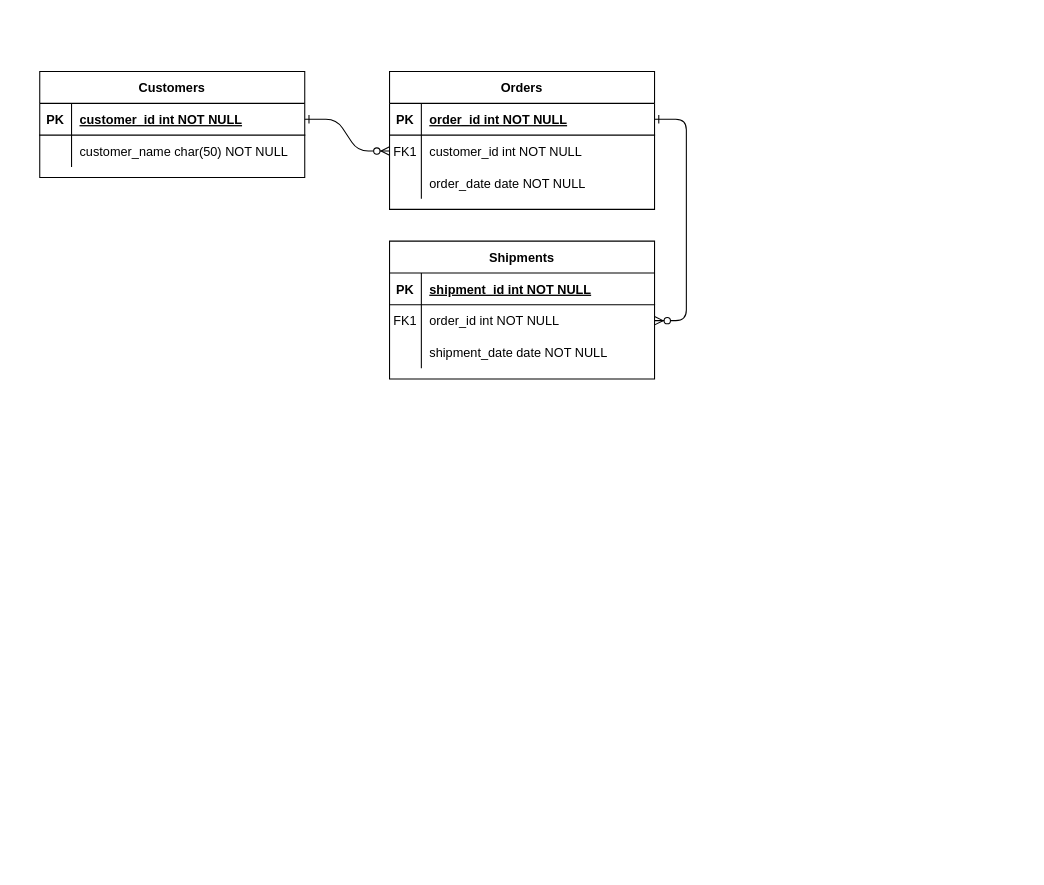
Eebru-gzy/Draw.io-repo keeps this draw.io diagram as Untitled Diagram.drawio. Above is the earlier version. Source tidied: cells renumbered, new cells numbered last; positions are measured from the earlier drawing's top-left corner, leaving out a move shared by most shapes. Both pictures are drawn from the tidied source at 106%, with x=0, y=0 at pixel (39, 71).
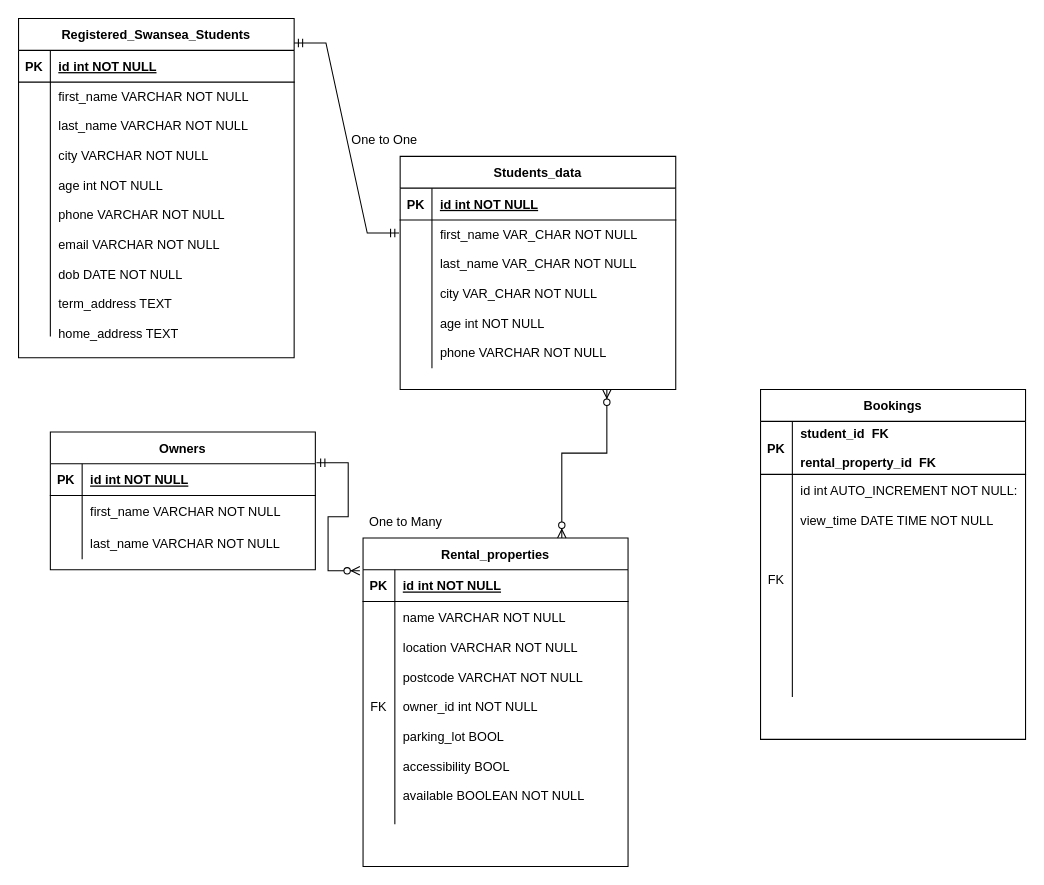
After the change.

Unchanged cells that the change refers to:
```xml
<mxCell id="5" style="shape=partialRectangle;fillColor=none;points=[[0,0.5],[1,0.5]];portConstraint=eastwest;top=0;left=0;right=0;bottom=1;" parent="4" vertex="1">
  <mxGeometry y="30" width="250" height="30" as="geometry" />
</mxCell>
<mxCell id="8" style="shape=partialRectangle;fillColor=none;points=[[0,0.5],[1,0.5]];portConstraint=eastwest;top=0;left=0;right=0;bottom=0;" parent="4" vertex="1">
  <mxGeometry y="60" width="250" height="30" as="geometry" />
</mxCell>
<mxCell id="15" style="shape=partialRectangle;fillColor=none;points=[[0,0.5],[1,0.5]];portConstraint=eastwest;top=0;left=0;right=0;bottom=1;" parent="14" vertex="1">
  <mxGeometry y="30" width="250" height="30" as="geometry" />
</mxCell>
<mxCell id="18" style="shape=partialRectangle;fillColor=none;points=[[0,0.5],[1,0.5]];portConstraint=eastwest;top=0;left=0;right=0;bottom=0;" parent="14" vertex="1">
  <mxGeometry y="60" width="250" height="30" as="geometry" />
</mxCell>
<mxCell id="21" style="shape=partialRectangle;fillColor=none;top=0;left=0;right=0;bottom=0;" parent="14" vertex="1">
  <mxGeometry y="90" width="250" height="30" as="geometry" />
</mxCell>
```

The edit, as a diff of the source:
```diff
@@
-    <mxCell id="2" style="edgeStyle=entityRelationEdgeStyle;endArrow=ERzeroToMany;startArrow=ERone;endFill=1;startFill=0;" parent="1" edge="1" source="25" target="8">
-      <mxGeometry relative="1" as="geometry" />
-    </mxCell>
-    <mxCell id="3" style="edgeStyle=entityRelationEdgeStyle;endArrow=ERzeroToMany;startArrow=ERone;endFill=1;startFill=0;" parent="1" edge="1" source="5" target="18">
-      <mxGeometry relative="1" as="geometry" />
-    </mxCell>
-    <mxCell id="4" value="Orders" style="shape=table;startSize=30;childLayout=tableLayout;rowLines=0;fontStyle=1;align=center;" parent="1" vertex="1">
-      <mxGeometry x="330" width="250" height="130" as="geometry" />
+    <mxCell id="4" value="Rental_properties" style="shape=table;startSize=30;childLayout=tableLayout;rowLines=0;fontStyle=1;align=center;" parent="1" vertex="1">
+      <mxGeometry x="305" y="440" width="250" height="310" as="geometry" />
     </mxCell>
@@
-    <mxCell id="7" value="order_id int NOT NULL " style="shape=partialRectangle;overflow=hidden;fillColor=none;top=0;left=0;bottom=0;right=0;align=left;spacingLeft=6;fontStyle=5;" parent="5" vertex="1">
+    <mxCell id="7" value="id int NOT NULL " style="shape=partialRectangle;overflow=hidden;fillColor=none;top=0;left=0;bottom=0;right=0;align=left;spacingLeft=6;fontStyle=5;" parent="5" vertex="1">
       <mxGeometry x="30" width="220" height="30" as="geometry" />
     </mxCell>
@@
-    <mxCell id="9" value="FK1" style="shape=partialRectangle;overflow=hidden;fillColor=none;top=0;left=0;bottom=0;right=0;" parent="8" vertex="1">
+    <mxCell id="9" style="shape=partialRectangle;overflow=hidden;fillColor=none;top=0;left=0;bottom=0;right=0;" parent="8" vertex="1">
       <mxGeometry width="30" height="30" as="geometry" />
     </mxCell>
-    <mxCell id="10" value="customer_id int NOT NULL" style="shape=partialRectangle;overflow=hidden;fillColor=none;top=0;left=0;bottom=0;right=0;align=left;spacingLeft=6;" parent="8" vertex="1">
+    <mxCell id="10" value="name VARCHAR NOT NULL" style="shape=partialRectangle;overflow=hidden;fillColor=none;top=0;left=0;bottom=0;right=0;align=left;spacingLeft=6;" parent="8" vertex="1">
       <mxGeometry x="30" width="220" height="30" as="geometry" />
     </mxCell>
     <mxCell id="11" style="shape=partialRectangle;fillColor=none;top=0;left=0;right=0;bottom=0;" parent="4" vertex="1">
-      <mxGeometry y="90" width="250" height="30" as="geometry" />
+      <mxGeometry y="90" width="250" height="180" as="geometry" />
     </mxCell>
-    <mxCell id="12" style="shape=partialRectangle;overflow=hidden;fillColor=none;top=0;left=0;bottom=0;right=0;" parent="11" vertex="1">
-      <mxGeometry width="30" height="30" as="geometry" />
+    <mxCell id="12" value="&#10;&#10;&#10;&#10;FK" style="shape=partialRectangle;overflow=hidden;fillColor=none;top=0;left=0;bottom=0;right=0;verticalAlign=top;" parent="11" vertex="1">
+      <mxGeometry width="30" height="180" as="geometry" />
     </mxCell>
-    <mxCell id="13" value="order_date date NOT NULL" style="shape=partialRectangle;overflow=hidden;fillColor=none;top=0;left=0;bottom=0;right=0;align=left;spacingLeft=6;" parent="11" vertex="1">
-      <mxGeometry x="30" width="220" height="30" as="geometry" />
+    <mxCell id="13" value="location VARCHAR NOT NULL&#10;&#10;postcode VARCHAT NOT NULL&#10;&#10;owner_id int NOT NULL&#10;&#10;parking_lot BOOL&#10;&#10;accessibility BOOL&#10;&#10;available BOOLEAN NOT NULL" style="shape=partialRectangle;overflow=hidden;fillColor=none;top=0;left=0;bottom=0;right=0;align=left;spacingLeft=6;verticalAlign=top;" parent="11" vertex="1">
+      <mxGeometry x="30" width="220" height="180" as="geometry" />
     </mxCell>
-    <mxCell id="14" value="Shipments" style="shape=table;startSize=30;childLayout=tableLayout;rowLines=0;fontStyle=1;align=center;" parent="1" vertex="1">
-      <mxGeometry x="330" y="160" width="250" height="130" as="geometry" />
+    <mxCell id="14" value="Owners" style="shape=table;startSize=30;childLayout=tableLayout;rowLines=0;fontStyle=1;align=center;" parent="1" vertex="1">
+      <mxGeometry x="10" y="340" width="250" height="130" as="geometry" />
     </mxCell>
@@
-    <mxCell id="17" value="shipment_id int NOT NULL " style="shape=partialRectangle;overflow=hidden;fillColor=none;top=0;left=0;bottom=0;right=0;align=left;spacingLeft=6;fontStyle=5;" parent="15" vertex="1">
+    <mxCell id="17" value="id int NOT NULL " style="shape=partialRectangle;overflow=hidden;fillColor=none;top=0;left=0;bottom=0;right=0;align=left;spacingLeft=6;fontStyle=5;" parent="15" vertex="1">
       <mxGeometry x="30" width="220" height="30" as="geometry" />
     </mxCell>
@@
-    <mxCell id="19" value="FK1" style="shape=partialRectangle;overflow=hidden;fillColor=none;top=0;left=0;bottom=0;right=0;" parent="18" vertex="1">
+    <mxCell id="19" style="shape=partialRectangle;overflow=hidden;fillColor=none;top=0;left=0;bottom=0;right=0;" parent="18" vertex="1">
       <mxGeometry width="30" height="30" as="geometry" />
     </mxCell>
-    <mxCell id="20" value="order_id int NOT NULL" style="shape=partialRectangle;overflow=hidden;fillColor=none;top=0;left=0;bottom=0;right=0;align=left;spacingLeft=6;" parent="18" vertex="1">
+    <mxCell id="20" value="first_name VARCHAR NOT NULL" style="shape=partialRectangle;overflow=hidden;fillColor=none;top=0;left=0;bottom=0;right=0;align=left;spacingLeft=6;" parent="18" vertex="1">
       <mxGeometry x="30" width="220" height="30" as="geometry" />
     </mxCell>
@@
-    <mxCell id="23" value="shipment_date date NOT NULL" style="shape=partialRectangle;overflow=hidden;fillColor=none;top=0;left=0;bottom=0;right=0;align=left;spacingLeft=6;" parent="21" vertex="1">
+    <mxCell id="23" value="last_name VARCHAR NOT NULL" style="shape=partialRectangle;overflow=hidden;fillColor=none;top=0;left=0;bottom=0;right=0;align=left;spacingLeft=6;" parent="21" vertex="1">
       <mxGeometry x="30" width="220" height="30" as="geometry" />
     </mxCell>
-    <mxCell id="24" value="Customers" style="shape=table;startSize=30;childLayout=tableLayout;rowLines=0;fontStyle=1;align=center;" parent="1" vertex="1">
-      <mxGeometry width="250" height="100" as="geometry" />
+    <mxCell id="24" value="Registered_Swansea_Students" style="shape=table;startSize=30;childLayout=tableLayout;rowLines=0;fontStyle=1;align=center;" parent="1" vertex="1">
+      <mxGeometry x="-20" y="-50" width="260" height="320" as="geometry" />
     </mxCell>
     <mxCell id="25" style="shape=partialRectangle;fillColor=none;points=[[0,0.5],[1,0.5]];portConstraint=eastwest;top=0;left=0;right=0;bottom=1;" parent="24" vertex="1">
-      <mxGeometry y="30" width="250" height="30" as="geometry" />
+      <mxGeometry y="30" width="260" height="30" as="geometry" />
     </mxCell>
@@
-    <mxCell id="27" value="customer_id int NOT NULL " style="shape=partialRectangle;overflow=hidden;fillColor=none;top=0;left=0;bottom=0;right=0;align=left;spacingLeft=6;fontStyle=5;" parent="25" vertex="1">
-      <mxGeometry x="30" width="220" height="30" as="geometry" />
+    <mxCell id="27" value="id int NOT NULL " style="shape=partialRectangle;overflow=hidden;fillColor=none;top=0;left=0;bottom=0;right=0;align=left;spacingLeft=6;fontStyle=5;" parent="25" vertex="1">
+      <mxGeometry x="30" width="230" height="30" as="geometry" />
     </mxCell>
     <mxCell id="28" style="shape=partialRectangle;fillColor=none;top=0;left=0;right=0;bottom=0;" parent="24" vertex="1">
-      <mxGeometry y="60" width="250" height="30" as="geometry" />
+      <mxGeometry y="60" width="260" height="240" as="geometry" />
     </mxCell>
     <mxCell id="29" style="shape=partialRectangle;overflow=hidden;fillColor=none;top=0;left=0;bottom=0;right=0;" parent="28" vertex="1">
-      <mxGeometry width="30" height="30" as="geometry" />
+      <mxGeometry width="30" height="240" as="geometry" />
     </mxCell>
-    <mxCell id="30" value="customer_name char(50) NOT NULL" style="shape=partialRectangle;overflow=hidden;fillColor=none;top=0;left=0;bottom=0;right=0;align=left;spacingLeft=6;" parent="28" vertex="1">
-      <mxGeometry x="30" width="220" height="30" as="geometry" />
+    <mxCell id="30" value="first_name VARCHAR NOT NULL&#10;&#10;last_name VARCHAR NOT NULL&#10;&#10;city VARCHAR NOT NULL&#10;&#10;age int NOT NULL&#10;&#10;phone VARCHAR NOT NULL&#10;&#10;email VARCHAR NOT NULL&#10;&#10;dob DATE NOT NULL&#10;&#10;term_address TEXT&#10;&#10;home_address TEXT&#10;&#10;" style="shape=partialRectangle;overflow=hidden;fillColor=none;top=0;left=0;bottom=0;right=0;align=left;spacingLeft=6;verticalAlign=top;fontStyle=0;" parent="28" vertex="1">
+      <mxGeometry x="30" width="230" height="240" as="geometry" />
     </mxCell>
+    <mxCell id="31" value="Students_data" style="shape=table;startSize=30;childLayout=tableLayout;rowLines=0;fontStyle=1;align=center;" parent="1" vertex="1">
+      <mxGeometry x="340" y="80" width="260" height="220" as="geometry" />
+    </mxCell>
+    <mxCell id="32" style="shape=partialRectangle;fillColor=none;top=0;left=0;right=0;bottom=1;" parent="31" vertex="1">
+      <mxGeometry y="30" width="260" height="30" as="geometry" />
+    </mxCell>
+    <mxCell id="33" value="PK" style="shape=partialRectangle;overflow=hidden;fillColor=none;top=0;left=0;bottom=0;right=0;fontStyle=1;" parent="32" vertex="1">
+      <mxGeometry width="30" height="30" as="geometry" />
+    </mxCell>
+    <mxCell id="34" value="id int NOT NULL " style="shape=partialRectangle;overflow=hidden;fillColor=none;top=0;left=0;bottom=0;right=0;align=left;spacingLeft=6;fontStyle=5;" parent="32" vertex="1">
+      <mxGeometry x="30" width="230" height="30" as="geometry" />
+    </mxCell>
+    <mxCell id="35" style="shape=partialRectangle;fillColor=none;points=[[0,0.5],[1,0.5]];portConstraint=eastwest;top=0;left=0;right=0;bottom=0;" parent="31" vertex="1">
+      <mxGeometry y="60" width="260" height="140" as="geometry" />
+    </mxCell>
+    <mxCell id="36" style="shape=partialRectangle;overflow=hidden;fillColor=none;top=0;left=0;bottom=0;right=0;" parent="35" vertex="1">
+      <mxGeometry width="30" height="140" as="geometry" />
+    </mxCell>
+    <mxCell id="37" value="first_name VAR_CHAR NOT NULL&#10;&#10;last_name VAR_CHAR NOT NULL&#10;&#10;city VAR_CHAR NOT NULL&#10;&#10;age int NOT NULL&#10;&#10;phone VARCHAR NOT NULL&#10;" style="shape=partialRectangle;overflow=hidden;fillColor=none;top=0;left=0;bottom=0;right=0;align=left;spacingLeft=6;verticalAlign=top;fontStyle=0;" parent="35" vertex="1">
+      <mxGeometry x="30" width="230" height="140" as="geometry" />
+    </mxCell>
+    <mxCell id="38" style="edgeStyle=entityRelationEdgeStyle;fontSize=12;html=1;endArrow=ERmandOne;startArrow=ERmandOne;rounded=0;exitX=1;exitY=0.072;exitDx=0;exitDy=0;exitPerimeter=0;entryX=-0.004;entryY=0.088;entryDx=0;entryDy=0;entryPerimeter=0;" parent="1" edge="1" source="24" target="35">
+      <mxGeometry relative="1" as="geometry" />
+    </mxCell>
+    <mxCell id="39" style="edgeStyle=entityRelationEdgeStyle;fontSize=12;html=1;endArrow=ERzeroToMany;startArrow=ERmandOne;rounded=0;exitX=1.004;exitY=-0.033;exitDx=0;exitDy=0;exitPerimeter=0;entryX=-0.012;entryY=0.033;entryDx=0;entryDy=0;entryPerimeter=0;" parent="1" edge="1" source="15" target="5">
+      <mxGeometry relative="1" as="geometry" />
+    </mxCell>
+    <mxCell id="40" value="One to Many" style="text;html=1;align=center;verticalAlign=middle;strokeColor=none;fillColor=none;" parent="1" vertex="1">
+      <mxGeometry x="300" y="410" width="90" height="30" as="geometry" />
+    </mxCell>
+    <mxCell id="41" value="One to One" style="text;html=1;align=center;verticalAlign=middle;strokeColor=none;fillColor=none;" parent="1" vertex="1">
+      <mxGeometry x="280" y="50" width="90" height="30" as="geometry" />
+    </mxCell>
+    <mxCell id="42" value="Bookings" style="shape=table;startSize=30;childLayout=tableLayout;rowLines=0;fontStyle=1;align=center;" parent="1" vertex="1">
+      <mxGeometry x="680" y="300" width="250" height="330" as="geometry" />
+    </mxCell>
+    <mxCell id="43" style="shape=partialRectangle;fillColor=none;top=0;left=0;right=0;bottom=1;" parent="42" vertex="1">
+      <mxGeometry y="30" width="250" height="50" as="geometry" />
+    </mxCell>
+    <mxCell id="44" value="PK" style="shape=partialRectangle;overflow=hidden;fillColor=none;top=0;left=0;bottom=0;right=0;fontStyle=1;" parent="43" vertex="1">
+      <mxGeometry width="30" height="50" as="geometry" />
+    </mxCell>
+    <mxCell id="45" value="student_id  FK&#10;&#10;rental_property_id  FK" style="shape=partialRectangle;overflow=hidden;fillColor=none;top=0;left=0;bottom=0;right=0;align=left;spacingLeft=6;fontStyle=1;" parent="43" vertex="1">
+      <mxGeometry x="30" width="220" height="50" as="geometry" />
+    </mxCell>
+    <mxCell id="46" style="shape=partialRectangle;fillColor=none;top=0;left=0;right=0;bottom=0;" parent="42" vertex="1">
+      <mxGeometry y="80" width="250" height="30" as="geometry" />
+    </mxCell>
+    <mxCell id="47" style="shape=partialRectangle;overflow=hidden;fillColor=none;top=0;left=0;bottom=0;right=0;" parent="46" vertex="1">
+      <mxGeometry width="30" height="30" as="geometry" />
+    </mxCell>
+    <mxCell id="48" value="id int AUTO_INCREMENT NOT NULL:" style="shape=partialRectangle;overflow=hidden;fillColor=none;top=0;left=0;bottom=0;right=0;align=left;spacingLeft=6;" parent="46" vertex="1">
+      <mxGeometry x="30" width="220" height="30" as="geometry" />
+    </mxCell>
+    <mxCell id="49" style="shape=partialRectangle;fillColor=none;top=0;left=0;right=0;bottom=0;" parent="42" vertex="1">
+      <mxGeometry y="110" width="250" height="180" as="geometry" />
+    </mxCell>
+    <mxCell id="50" value="&#10;&#10;&#10;&#10;FK" style="shape=partialRectangle;overflow=hidden;fillColor=none;top=0;left=0;bottom=0;right=0;verticalAlign=top;" parent="49" vertex="1">
+      <mxGeometry width="30" height="180" as="geometry" />
+    </mxCell>
+    <mxCell id="51" value="view_time DATE TIME NOT NULL" style="shape=partialRectangle;overflow=hidden;fillColor=none;top=0;left=0;bottom=0;right=0;align=left;spacingLeft=6;verticalAlign=top;" parent="49" vertex="1">
+      <mxGeometry x="30" width="220" height="180" as="geometry" />
+    </mxCell>
+    <mxCell id="52" style="edgeStyle=elbowEdgeStyle;fontSize=12;html=1;endArrow=ERzeroToMany;endFill=1;startArrow=ERzeroToMany;rounded=0;elbow=vertical;exitX=0.75;exitY=0;exitDx=0;exitDy=0;entryX=0.75;entryY=1;entryDx=0;entryDy=0;" parent="1" edge="1" source="4" target="31">
+      <mxGeometry relative="1" as="geometry">
+        <Array as="points">
+          <mxPoint x="510" y="360" />
+          <mxPoint x="620" y="330" />
+          <mxPoint x="630" y="400" />
+        </Array>
+      </mxGeometry>
+    </mxCell>
```
